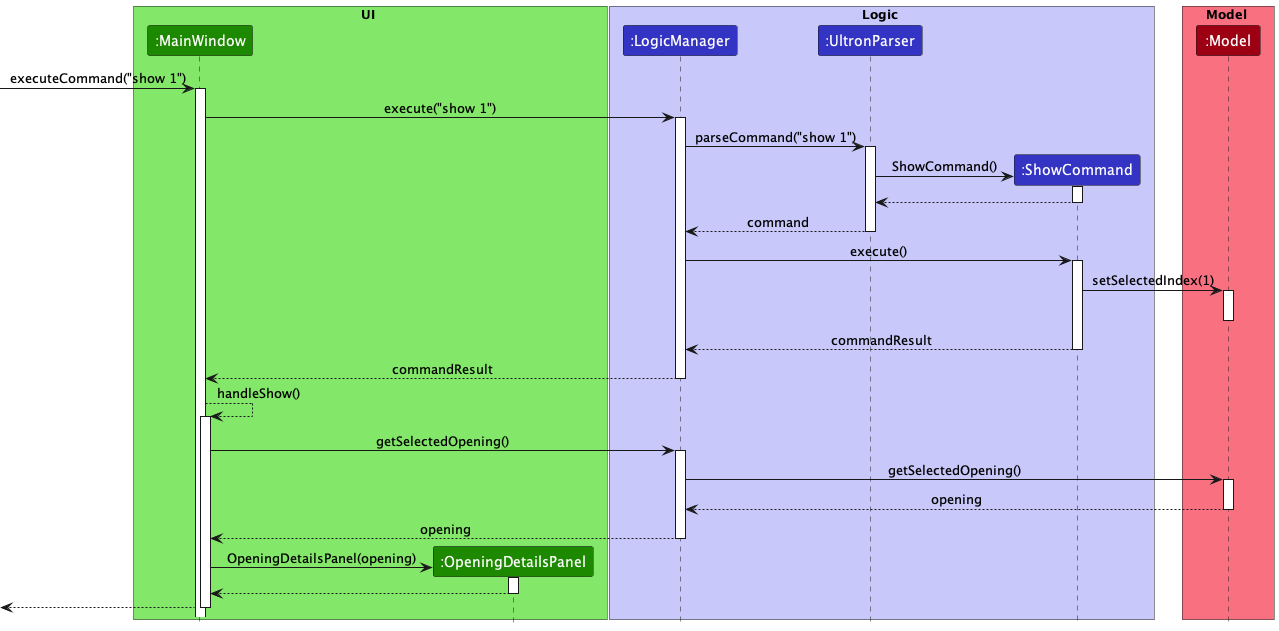
This is docs/images/ShowSequenceDiagram.png from nus-cs2103-AY2223S2/tp, a PlantUML export, as it was before one commit. The source it was exported from:
```plantuml
@startuml
!include style.puml

box UI UI_COLOR_T1
participant ":MainWindow" as MainWindow UI_COLOR
participant ":OpeningDetailsPanel" as OpeningDetailsPanel UI_COLOR
end box

box Logic LOGIC_COLOR_T1
participant ":LogicManager" as LogicManager LOGIC_COLOR
participant ":UltronParser" as UltronParser LOGIC_COLOR
participant ":ShowCommand" as ShowCommand LOGIC_COLOR
end box

box Model MODEL_COLOR_T1
participant ":Model" as Model MODEL_COLOR
end box

[->MainWindow : executeCommand("show 1")
activate MainWindow

MainWindow -> LogicManager : execute("show 1")
activate LogicManager

LogicManager -> UltronParser : parseCommand("show 1")
activate UltronParser

create ShowCommand

UltronParser -> ShowCommand : ShowCommand()
activate ShowCommand

ShowCommand --> UltronParser
deactivate ShowCommand

UltronParser --> LogicManager : command
deactivate UltronParser

LogicManager -> ShowCommand : execute()
activate ShowCommand

ShowCommand -> Model : setSelectedIndex(1)
activate Model

deactivate Model

ShowCommand --> LogicManager : commandResult
deactivate ShowCommand

LogicManager --> MainWindow : commandResult
deactivate LogicManager

MainWindow --> MainWindow : handleShow()
activate MainWindow

MainWindow -> LogicManager : getSelectedOpening()
activate LogicManager

LogicManager -> Model : getSelectedOpening()
activate Model

Model --> LogicManager : opening
deactivate Model

LogicManager --> MainWindow : opening
deactivate LogicManager

create OpeningDetailsPanel

MainWindow -> OpeningDetailsPanel: OpeningDetailsPanel(opening)
activate OpeningDetailsPanel

OpeningDetailsPanel --> MainWindow
deactivate OpeningDetailsPanel

[<--MainWindow
deactivate MainWindow
@enduml
```
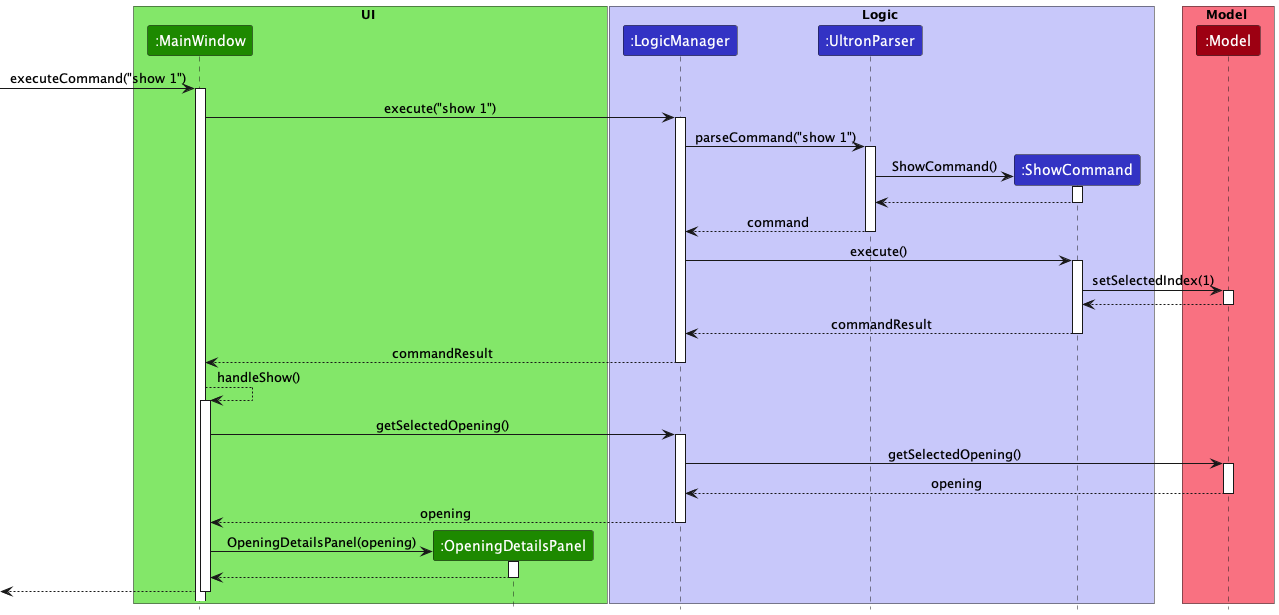
Later version of the same file.

Commit message:
Update show uml diagram, aboutus ppp links, and table of contents

What changed in the source:
```diff
@@ -42,6 +42,7 @@
 ShowCommand -> Model : setSelectedIndex(1)
 activate Model
 
+Model --> ShowCommand
 deactivate Model
 
 ShowCommand --> LogicManager : commandResult
```
